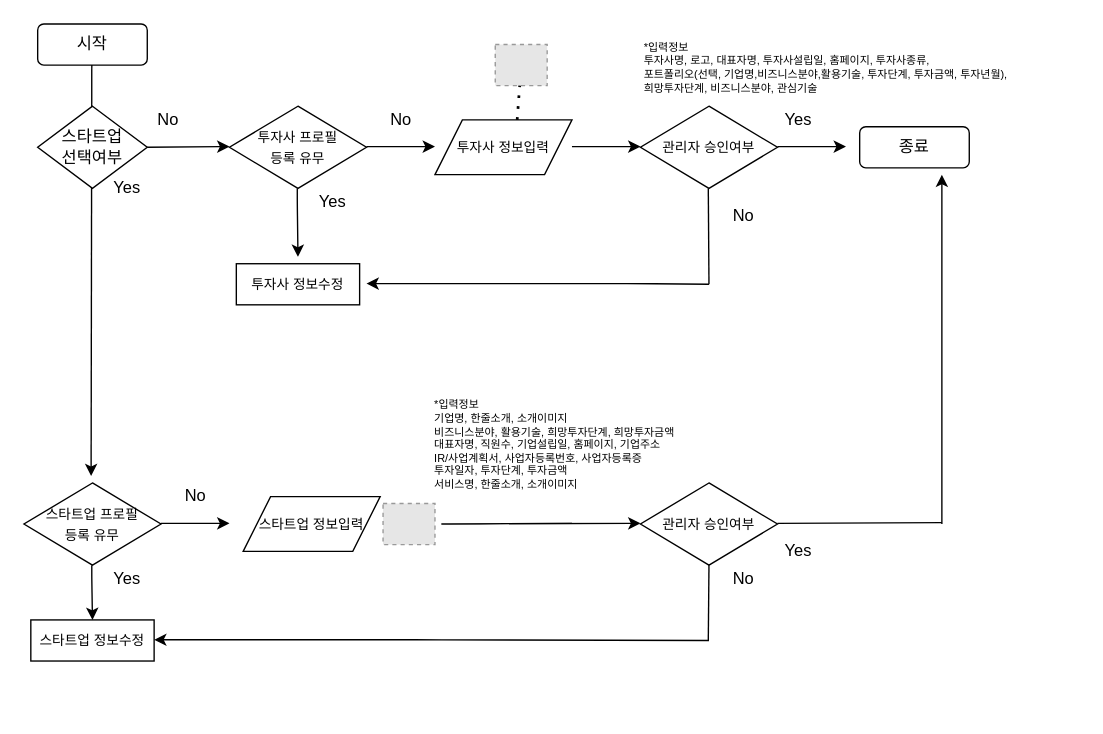
Earlier version of the draw.io diagram 비즈니스나우 프로필_수정.drawio (Lucidhomme/TIL). Source tidied: cells renumbered, new cells numbered last; positions are measured from the earlier drawing's top-left corner, leaving out a move shared by most shapes. Both pictures are drawn from the tidied source at 137%, with x=0, y=0 at pixel (23, 23). Pictures stored in the file or linked from it are replaced by grey dashed boxes.
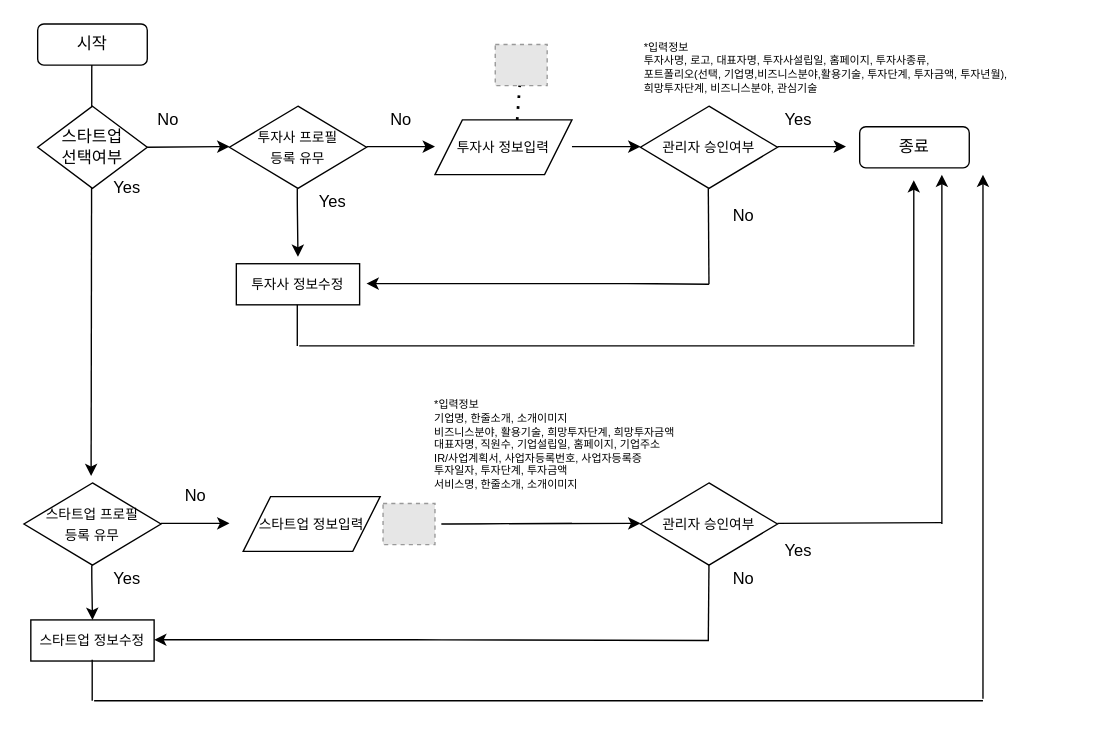
Above is the later version.

Commit message:
Update 비즈니스나우 프로필_수정.drawio

The edit, as a diff of the source:
```diff
@@
+    <mxCell id="44" style="endArrow=none;html=1;" parent="1" edge="1">
+      <mxGeometry relative="1" as="geometry">
+        <mxPoint x="199.5" y="235" as="sourcePoint" />
+        <mxPoint x="199.5" y="205" as="targetPoint" />
+      </mxGeometry>
+    </mxCell>
+    <mxCell id="45" style="endArrow=none;html=1;" parent="1" edge="1">
+      <mxGeometry relative="1" as="geometry">
+        <mxPoint x="200.9" y="235" as="sourcePoint" />
+        <mxPoint x="650" y="235" as="targetPoint" />
+      </mxGeometry>
+    </mxCell>
+    <mxCell id="46" style="endArrow=classic;html=1;" parent="1" edge="1">
+      <mxGeometry relative="1" as="geometry">
+        <mxPoint x="649.5" y="234" as="sourcePoint" />
+        <mxPoint x="649.5" y="114" as="targetPoint" />
+      </mxGeometry>
+    </mxCell>
+    <mxCell id="47" style="endArrow=none;html=1;" parent="1" edge="1">
+      <mxGeometry relative="1" as="geometry">
+        <mxPoint x="49.8" y="494" as="sourcePoint" />
+        <mxPoint x="49.8" y="464" as="targetPoint" />
+      </mxGeometry>
+    </mxCell>
+    <mxCell id="48" style="endArrow=none;html=1;" parent="1" edge="1">
+      <mxGeometry relative="1" as="geometry">
+        <mxPoint x="51.2" y="494" as="sourcePoint" />
+        <mxPoint x="700" y="494" as="targetPoint" />
+      </mxGeometry>
+    </mxCell>
+    <mxCell id="49" style="endArrow=classic;html=1;" parent="1" edge="1">
+      <mxGeometry relative="1" as="geometry">
+        <mxPoint x="700" y="492.5" as="sourcePoint" />
+        <mxPoint x="700" y="110" as="targetPoint" />
+      </mxGeometry>
+    </mxCell>
```
